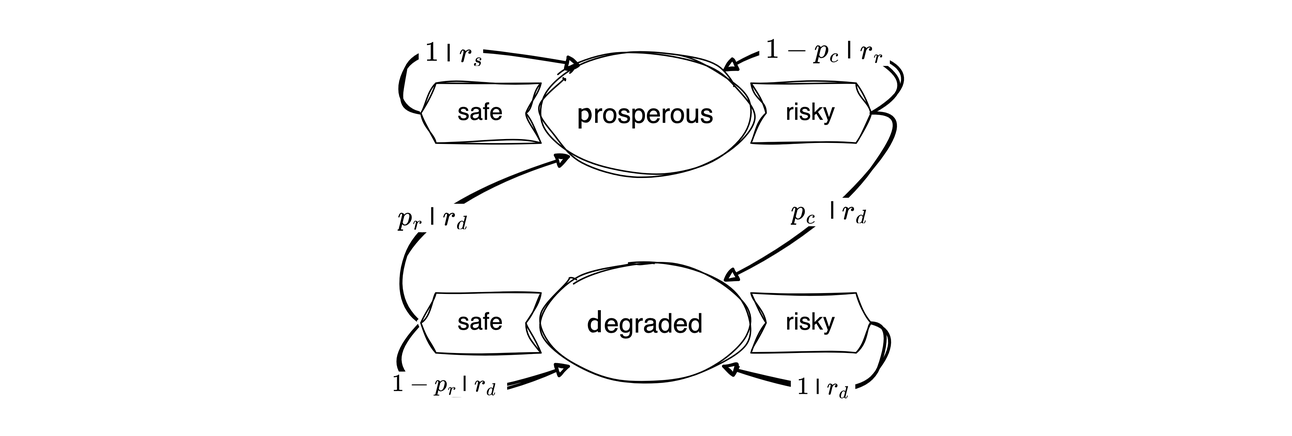
Before: images/03.01-RiskRewardDilemma.dio.png, a diagram exported from draw.io (wbarfuss/csm-of-hei). Source tidied: cells renumbered, new cells last; positions are measured from the earlier drawing's top-left corner, leaving out a move shared by most shapes.
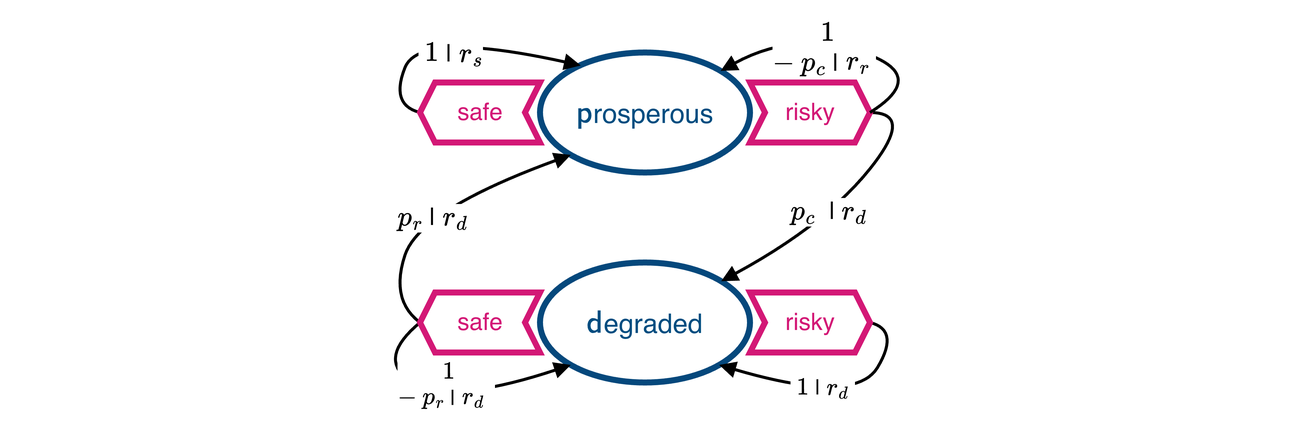
After the commit.

Change to the diagram source:
```diff
@@ -2,17 +2,17 @@
   <root>
     <mxCell id="0" />
     <mxCell id="1" value="BG" parent="0" />
-    <mxCell id="2" style="rounded=1;arcSize=7;strokeColor=none;sketch=1;curveFitting=1;jiggle=2;" parent="1" vertex="1">
+    <mxCell id="2" style="rounded=1;arcSize=7;strokeColor=none;" parent="1" vertex="1">
       <mxGeometry width="860" height="290" as="geometry" />
     </mxCell>
     <mxCell id="3" value="FG" parent="0" />
-    <mxCell id="4" value="\(\mathsf{p}\)rosperous" style="ellipse;whiteSpace=wrap;html=1;fontFamily=Helvetica;fontSize=18;sketch=1;curveFitting=1;jiggle=2;" parent="3" vertex="1">
+    <mxCell id="4" value="\(\mathsf{p}\)rosperous" style="ellipse;whiteSpace=wrap;html=1;fontFamily=Helvetica;fontSize=18;strokeColor=light-dark(#05487c, #ededed);strokeWidth=4;fontColor=light-dark(#004d80, #ededed);" parent="3" vertex="1">
       <mxGeometry x="360" y="35" width="140" height="80" as="geometry" />
     </mxCell>
-    <mxCell id="5" value="\(\mathsf{d}\)egraded" style="ellipse;whiteSpace=wrap;html=1;fontFamily=Helvetica;fontSize=18;sketch=1;curveFitting=1;jiggle=2;" parent="3" vertex="1">
+    <mxCell id="5" value="\(\mathsf{d}\)egraded" style="ellipse;whiteSpace=wrap;html=1;fontFamily=Helvetica;fontSize=18;strokeColor=light-dark(#05487c, #ededed);strokeWidth=4;align=center;verticalAlign=middle;fontColor=light-dark(#004d80, #ededed);fillColor=default;" parent="3" vertex="1">
       <mxGeometry x="360" y="175" width="140" height="80" as="geometry" />
     </mxCell>
-    <mxCell id="6" style="edgeStyle=none;html=1;fontSize=16;curved=1;strokeWidth=2;endArrow=block;endFill=1;sketch=1;curveFitting=1;jiggle=2;" parent="3" edge="1" source="8" target="5">
+    <mxCell id="6" style="edgeStyle=none;html=1;fontSize=16;curved=1;strokeWidth=2;endArrow=block;endFill=1;" parent="3" edge="1" source="8" target="5">
       <mxGeometry relative="1" as="geometry">
         <Array as="points">
           <mxPoint x="610" y="75" />
@@ -25,10 +25,10 @@
         <mxPoint x="-16" y="10" as="offset" />
       </mxGeometry>
     </mxCell>
-    <mxCell id="8" style="shape=step;perimeter=stepPerimeter;whiteSpace=wrap;html=1;fixedSize=1;fontSize=16;align=center;size=10;sketch=1;curveFitting=1;jiggle=2;" parent="3" vertex="1">
+    <mxCell id="8" style="shape=step;perimeter=stepPerimeter;whiteSpace=wrap;html=1;fixedSize=1;fontSize=16;align=center;size=10;strokeColor=light-dark(#d31876, #ededed);strokeWidth=4;" parent="3" vertex="1">
       <mxGeometry x="500" y="55" width="80" height="40" as="geometry" />
     </mxCell>
-    <mxCell id="9" style="edgeStyle=none;curved=1;html=1;strokeWidth=2;fontSize=16;endArrow=block;endFill=1;exitX=1;exitY=0.5;exitDx=0;exitDy=0;sketch=1;curveFitting=1;jiggle=2;" parent="3" edge="1" source="8" target="4">
+    <mxCell id="9" style="edgeStyle=none;curved=1;html=1;strokeWidth=2;fontSize=16;endArrow=block;endFill=1;exitX=1;exitY=0.5;exitDx=0;exitDy=0;" parent="3" edge="1" source="8" target="4">
       <mxGeometry relative="1" as="geometry">
         <Array as="points">
           <mxPoint x="620" y="50" />
@@ -38,13 +38,13 @@
     </mxCell>
     <mxCell id="10" value="&amp;nbsp;\(1-p_c\) | \(r_r\)&amp;nbsp;" style="edgeLabel;html=1;align=center;verticalAlign=middle;fontSize=16;fontFamily=Helvetica;" parent="9" vertex="1">
       <mxGeometry x="0.23" y="3" relative="1" as="geometry">
-        <mxPoint y="4" as="offset" />
+        <mxPoint y="2" as="offset" />
       </mxGeometry>
     </mxCell>
-    <mxCell id="11" value="risky" style="text;html=1;strokeColor=none;fillColor=none;align=center;verticalAlign=middle;whiteSpace=wrap;rounded=0;fontSize=16;sketch=1;curveFitting=1;jiggle=2;" parent="3" vertex="1">
+    <mxCell id="11" value="&lt;font style=&quot;color: light-dark(rgb(211, 24, 118), rgb(237, 237, 237));&quot;&gt;risky&lt;/font&gt;" style="text;html=1;strokeColor=none;fillColor=none;align=center;verticalAlign=middle;whiteSpace=wrap;rounded=0;fontSize=16;" parent="3" vertex="1">
       <mxGeometry x="510" y="60" width="60" height="30" as="geometry" />
     </mxCell>
-    <mxCell id="12" style="edgeStyle=none;curved=1;html=1;exitX=1;exitY=0.5;exitDx=0;exitDy=0;entryX=0.194;entryY=0.108;entryDx=0;entryDy=0;entryPerimeter=0;strokeWidth=2;fontSize=16;endArrow=block;endFill=1;sketch=1;curveFitting=1;jiggle=2;" parent="3" edge="1" source="14" target="4">
+    <mxCell id="12" style="edgeStyle=none;curved=1;html=1;exitX=1;exitY=0.5;exitDx=0;exitDy=0;entryX=0.194;entryY=0.108;entryDx=0;entryDy=0;entryPerimeter=0;strokeWidth=2;fontSize=16;endArrow=block;endFill=1;" parent="3" edge="1" source="14" target="4">
       <mxGeometry relative="1" as="geometry">
         <Array as="points">
           <mxPoint x="260" y="70" />
@@ -57,13 +57,13 @@
         <mxPoint x="-3" as="offset" />
       </mxGeometry>
     </mxCell>
-    <mxCell id="14" style="shape=step;perimeter=stepPerimeter;whiteSpace=wrap;html=1;fixedSize=1;fontSize=16;align=center;size=10;rotation=-180;sketch=1;curveFitting=1;jiggle=2;" parent="3" vertex="1">
+    <mxCell id="14" style="shape=step;perimeter=stepPerimeter;whiteSpace=wrap;html=1;fixedSize=1;fontSize=16;align=center;size=10;rotation=-180;rounded=0;verticalAlign=middle;fontFamily=Helvetica;fontColor=default;fillColor=default;gradientColor=none;strokeColor=light-dark(#d31876, #ededed);strokeWidth=4;" parent="3" vertex="1">
       <mxGeometry x="280" y="55" width="80" height="40" as="geometry" />
     </mxCell>
-    <mxCell id="15" value="safe" style="text;html=1;strokeColor=none;fillColor=none;align=center;verticalAlign=middle;whiteSpace=wrap;rounded=0;fontSize=16;sketch=1;curveFitting=1;jiggle=2;" parent="3" vertex="1">
+    <mxCell id="15" value="&lt;font style=&quot;color: light-dark(rgb(211, 24, 118), rgb(237, 237, 237));&quot;&gt;safe&lt;/font&gt;" style="text;html=1;strokeColor=none;fillColor=none;align=center;verticalAlign=middle;whiteSpace=wrap;rounded=0;fontSize=16;fontFamily=Helvetica;fontColor=default;" parent="3" vertex="1">
       <mxGeometry x="290" y="60" width="60" height="30" as="geometry" />
     </mxCell>
-    <mxCell id="16" style="edgeStyle=none;curved=1;html=1;exitX=1;exitY=0.5;exitDx=0;exitDy=0;entryX=0;entryY=1;entryDx=0;entryDy=0;strokeWidth=2;fontSize=16;endArrow=block;endFill=1;sketch=1;curveFitting=1;jiggle=2;" parent="3" edge="1" source="20" target="4">
+    <mxCell id="16" style="edgeStyle=none;curved=1;html=1;exitX=1;exitY=0.5;exitDx=0;exitDy=0;entryX=0;entryY=1;entryDx=0;entryDy=0;strokeWidth=2;fontSize=16;endArrow=block;endFill=1;" parent="3" edge="1" source="20" target="4">
       <mxGeometry relative="1" as="geometry">
         <Array as="points">
           <mxPoint x="260" y="200" />
@@ -76,7 +76,7 @@
         <mxPoint x="3" y="-7" as="offset" />
       </mxGeometry>
     </mxCell>
-    <mxCell id="18" style="edgeStyle=none;curved=1;html=1;exitX=1;exitY=0.5;exitDx=0;exitDy=0;entryX=0;entryY=1;entryDx=0;entryDy=0;strokeWidth=2;fontSize=16;endArrow=block;endFill=1;sketch=1;curveFitting=1;jiggle=2;" parent="3" edge="1" source="20" target="5">
+    <mxCell id="18" style="edgeStyle=none;curved=1;html=1;exitX=1;exitY=0.5;exitDx=0;exitDy=0;entryX=0;entryY=1;entryDx=0;entryDy=0;strokeWidth=2;fontSize=16;endArrow=block;endFill=1;" parent="3" edge="1" source="20" target="5">
       <mxGeometry relative="1" as="geometry">
         <Array as="points">
           <mxPoint x="250" y="240" />
@@ -89,13 +89,13 @@
         <mxPoint y="-6" as="offset" />
       </mxGeometry>
     </mxCell>
-    <mxCell id="20" style="shape=step;perimeter=stepPerimeter;whiteSpace=wrap;html=1;fixedSize=1;fontSize=16;align=center;size=10;rotation=-180;sketch=1;curveFitting=1;jiggle=2;" parent="3" vertex="1">
+    <mxCell id="20" style="shape=step;perimeter=stepPerimeter;whiteSpace=wrap;html=1;fixedSize=1;fontSize=16;align=center;size=10;rotation=-180;strokeColor=light-dark(#d31876, #ededed);strokeWidth=4;verticalAlign=middle;fontFamily=Helvetica;fontColor=default;fillColor=default;" parent="3" vertex="1">
       <mxGeometry x="280" y="195" width="80" height="40" as="geometry" />
     </mxCell>
-    <mxCell id="21" value="safe" style="text;html=1;strokeColor=none;fillColor=none;align=center;verticalAlign=middle;whiteSpace=wrap;rounded=0;fontSize=16;sketch=1;curveFitting=1;jiggle=2;" parent="3" vertex="1">
+    <mxCell id="21" value="&lt;font style=&quot;color: light-dark(rgb(211, 24, 118), rgb(237, 237, 237));&quot;&gt;safe&lt;/font&gt;" style="text;html=1;strokeColor=none;fillColor=none;align=center;verticalAlign=middle;whiteSpace=wrap;rounded=0;fontSize=16;fontFamily=Helvetica;fontColor=default;" parent="3" vertex="1">
       <mxGeometry x="290" y="200" width="60" height="30" as="geometry" />
     </mxCell>
-    <mxCell id="22" style="edgeStyle=none;curved=1;html=1;exitX=1;exitY=0.5;exitDx=0;exitDy=0;entryX=1;entryY=1;entryDx=0;entryDy=0;strokeWidth=2;fontSize=16;endArrow=block;endFill=1;sketch=1;curveFitting=1;jiggle=2;" parent="3" edge="1" source="24" target="5">
+    <mxCell id="22" style="edgeStyle=none;curved=1;html=1;exitX=1;exitY=0.5;exitDx=0;exitDy=0;entryX=1;entryY=1;entryDx=0;entryDy=0;strokeWidth=2;fontSize=16;endArrow=block;endFill=1;" parent="3" edge="1" source="24" target="5">
       <mxGeometry relative="1" as="geometry">
         <Array as="points">
           <mxPoint x="600" y="220" />
@@ -108,10 +108,10 @@
         <mxPoint x="8" as="offset" />
       </mxGeometry>
     </mxCell>
-    <mxCell id="24" style="shape=step;perimeter=stepPerimeter;whiteSpace=wrap;html=1;fixedSize=1;fontSize=16;align=center;size=10;sketch=1;curveFitting=1;jiggle=2;" parent="3" vertex="1">
+    <mxCell id="24" style="shape=step;perimeter=stepPerimeter;whiteSpace=wrap;html=1;fixedSize=1;fontSize=16;align=center;size=10;strokeColor=light-dark(#d31876, #ededed);strokeWidth=4;verticalAlign=middle;fontFamily=Helvetica;fontColor=default;fillColor=default;" parent="3" vertex="1">
       <mxGeometry x="500" y="195" width="80" height="40" as="geometry" />
     </mxCell>
-    <mxCell id="25" value="risky" style="text;html=1;strokeColor=none;fillColor=none;align=center;verticalAlign=middle;whiteSpace=wrap;rounded=0;fontSize=16;sketch=1;curveFitting=1;jiggle=2;" parent="3" vertex="1">
+    <mxCell id="25" value="&lt;font style=&quot;color: light-dark(rgb(211, 24, 118), rgb(237, 237, 237));&quot;&gt;risky&lt;/font&gt;" style="text;html=1;strokeColor=none;fillColor=none;align=center;verticalAlign=middle;whiteSpace=wrap;rounded=0;fontSize=16;fontFamily=Helvetica;fontColor=default;" parent="3" vertex="1">
       <mxGeometry x="510" y="200" width="60" height="30" as="geometry" />
     </mxCell>
   </root>
```
